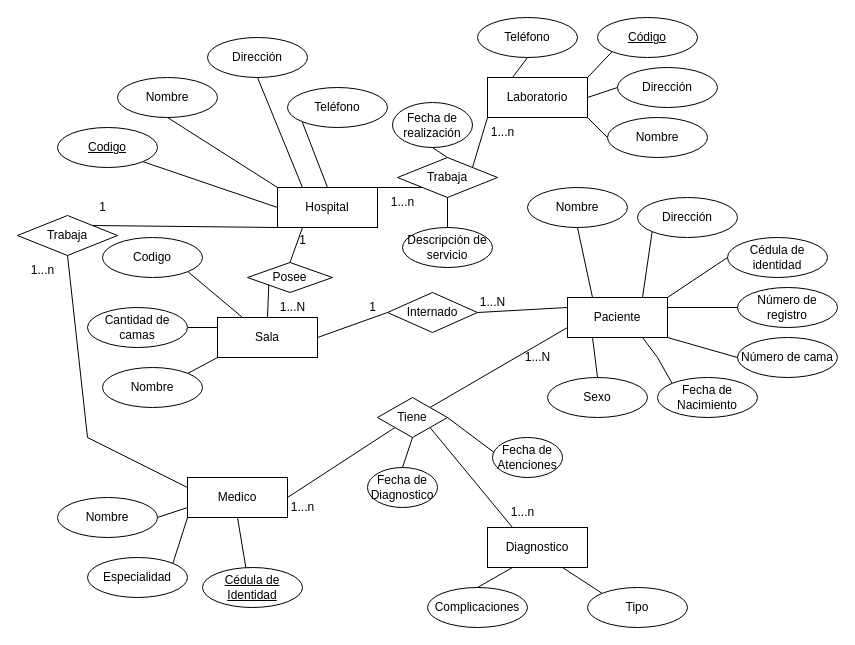
Above: Eje1G2MER.drawio in madevianaGH/BDI (draw.io), before the change. Source tidied: cells renumbered, new cells numbered last; positions are measured from the earlier drawing's top-left corner, leaving out a move shared by most shapes. Both pictures are drawn from the tidied source at 100%, with x=0, y=0 at pixel (17, 17).
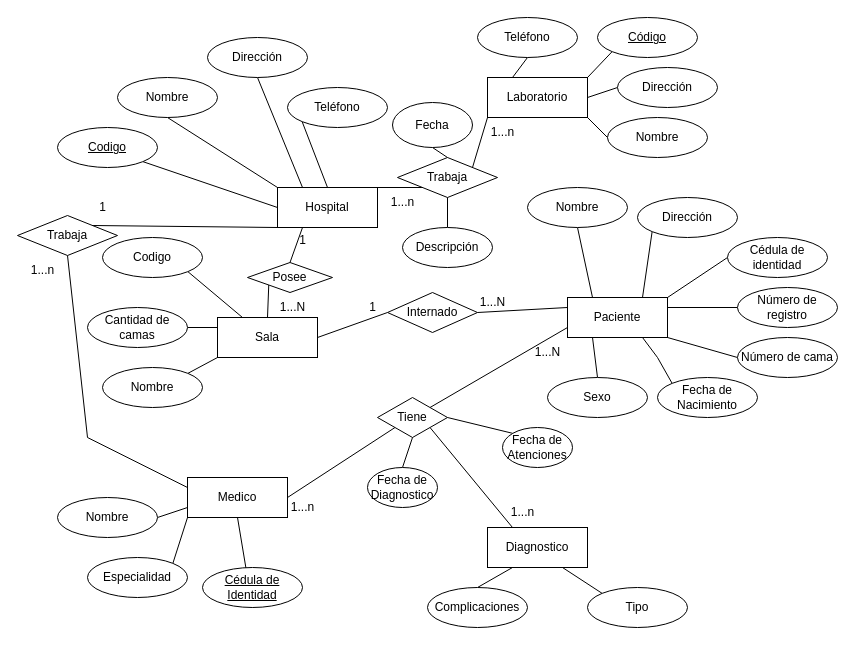
The same page after the edit.

Unchanged cells that the change refers to:
```xml
<mxCell id="77" value="Tiene" style="shape=rhombus;perimeter=rhombusPerimeter;whiteSpace=wrap;html=1;align=center;" parent="1" vertex="1">
  <mxGeometry x="360" y="380" width="70" height="40" as="geometry" />
</mxCell>
```

What changed in the source:
```diff
@@
-    <mxCell id="72" value="Descripción de servicio" style="ellipse;whiteSpace=wrap;html=1;align=center;" parent="1" vertex="1">
+    <mxCell id="72" value="Descripción" style="ellipse;whiteSpace=wrap;html=1;align=center;" parent="1" vertex="1">
       <mxGeometry x="385" y="210" width="90" height="40" as="geometry" />
     </mxCell>
@@
-    <mxCell id="74" value="Fecha de realización" style="ellipse;whiteSpace=wrap;html=1;align=center;" parent="1" vertex="1">
+    <mxCell id="74" value="Fecha" style="ellipse;whiteSpace=wrap;html=1;align=center;" parent="1" vertex="1">
       <mxGeometry x="375" y="85" width="80" height="45" as="geometry" />
     </mxCell>
@@
     <mxCell id="78" value="1...N" style="text;html=1;align=center;verticalAlign=middle;strokeColor=none;fillColor=none;" parent="1" vertex="1">
-      <mxGeometry x="495" y="325" width="50" height="30" as="geometry" />
+      <mxGeometry x="505" y="320" width="50" height="30" as="geometry" />
     </mxCell>
@@
-    <mxCell id="81" style="edgeStyle=none;rounded=0;jettySize=auto;html=1;exitX=0.5;exitY=1;exitDx=0;exitDy=0;entryX=1;entryY=0.5;entryDx=0;entryDy=0;endArrow=none;endFill=0;" parent="1" edge="1" source="82" target="77">
+    <mxCell id="81" style="edgeStyle=none;rounded=0;jettySize=auto;html=1;exitX=0;exitY=0;exitDx=0;exitDy=0;entryX=1;entryY=0.5;entryDx=0;entryDy=0;endArrow=none;endFill=0;" parent="1" edge="1" source="82" target="77">
       <mxGeometry relative="1" as="geometry" />
     </mxCell>
     <mxCell id="82" value="Fecha de Atenciones" style="ellipse;whiteSpace=wrap;html=1;align=center;" parent="1" vertex="1">
-      <mxGeometry x="475" y="420" width="70" height="40" as="geometry" />
+      <mxGeometry x="485" y="410" width="70" height="40" as="geometry" />
     </mxCell>
```
